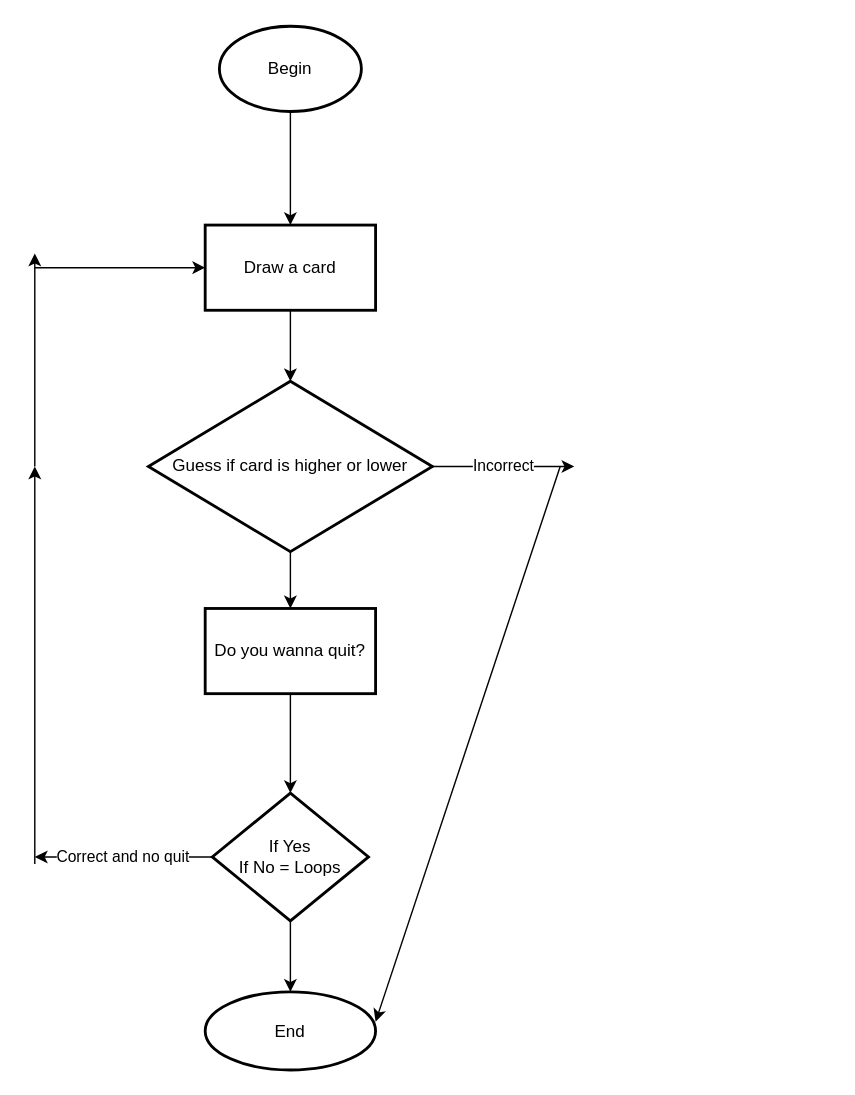
The draw.io diagram Untitled Diagram.drawio in AndrewKretov/Buggiest-Code-In-Existance-Incomming, before the edit. Source tidied: cells renumbered, new cells numbered last; positions are measured from the earlier drawing's top-left corner, leaving out a move shared by most shapes. Both pictures are drawn from the tidied source at 142%, with x=0, y=0 at pixel (34, 26).
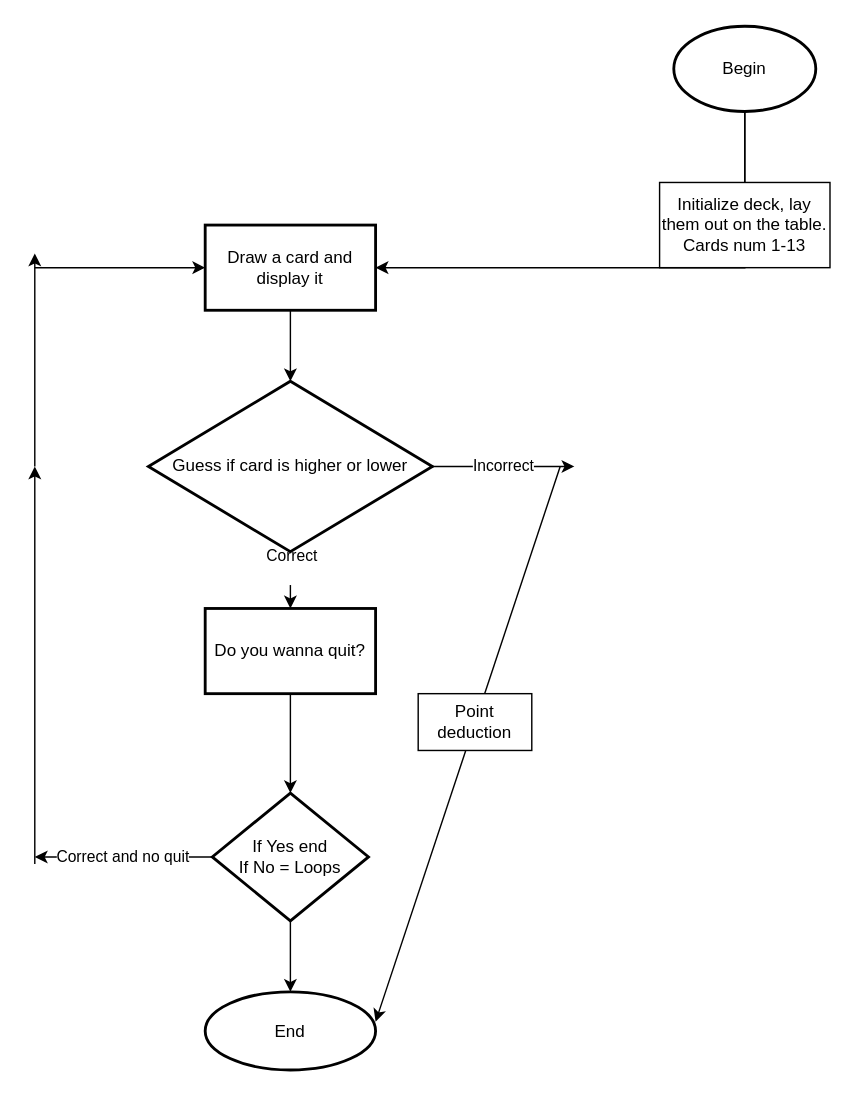
After the change.

The change refers to these unchanged cells:
```xml
<mxCell id="6" style="edgeStyle=orthogonalEdgeStyle;rounded=0;jettySize=auto;html=1;" parent="1" edge="1" source="7" target="13">
  <mxGeometry relative="1" as="geometry" />
</mxCell>
```

The edit, as a diff of the source:
```diff
@@
     <mxCell id="2" style="edgeStyle=orthogonalEdgeStyle;rounded=0;jettySize=auto;html=1;" parent="1" edge="1" source="3" target="5">
-      <mxGeometry relative="1" as="geometry" />
+      <mxGeometry relative="1" as="geometry">
+        <Array as="points">
+          <mxPoint x="500" y="170" />
+        </Array>
+      </mxGeometry>
     </mxCell>
+    <mxCell id="19" style="edgeStyle=orthogonalEdgeStyle;rounded=0;jettySize=auto;html=1;" parent="1" edge="1" source="3">
+      <mxGeometry relative="1" as="geometry">
+        <mxPoint x="500" y="130" as="targetPoint" />
+      </mxGeometry>
+    </mxCell>
     <mxCell id="3" value="Begin" style="strokeWidth=2;html=1;shape=mxgraph.flowchart.start_1;whiteSpace=wrap;" parent="1" vertex="1">
-      <mxGeometry x="130" width="100" height="60" as="geometry" />
+      <mxGeometry x="450" width="100" height="60" as="geometry" />
     </mxCell>
@@
-    <mxCell id="5" value="Draw a card" style="whiteSpace=wrap;html=1;strokeWidth=2;" parent="1" vertex="1">
+    <mxCell id="5" value="Draw a card and display it" style="whiteSpace=wrap;html=1;strokeWidth=2;" parent="1" vertex="1">
       <mxGeometry x="120" y="140" width="120" height="60" as="geometry" />
     </mxCell>
@@
+    <mxCell id="20" value="Correct&lt;div&gt;&lt;br&gt;&lt;/div&gt;" style="edgeLabel;html=1;align=center;verticalAlign=middle;" parent="6" vertex="1">
+      <mxGeometry x="-0.55" relative="1" as="geometry" />
+    </mxCell>
@@
-    <mxCell id="15" value="If Yes&lt;div&gt;If No = Loops&lt;/div&gt;" style="rhombus;whiteSpace=wrap;html=1;strokeWidth=2;" parent="1" vertex="1">
+    <mxCell id="15" value="If Yes end&lt;div&gt;If No = Loops&lt;/div&gt;" style="rhombus;whiteSpace=wrap;html=1;strokeWidth=2;" parent="1" vertex="1">
       <mxGeometry x="125" y="540" width="110" height="90" as="geometry" />
     </mxCell>
@@
+    <mxCell id="21" value="Initialize deck, lay them out on the table. Cards num 1-13" style="rounded=0;whiteSpace=wrap;html=1;" parent="1" vertex="1">
+      <mxGeometry x="440" y="110" width="120" height="60" as="geometry" />
+    </mxCell>
+    <mxCell id="22" value="Point deduction" style="rounded=0;whiteSpace=wrap;html=1;" parent="1" vertex="1">
+      <mxGeometry x="270" y="470" width="80" height="40" as="geometry" />
+    </mxCell>
```
